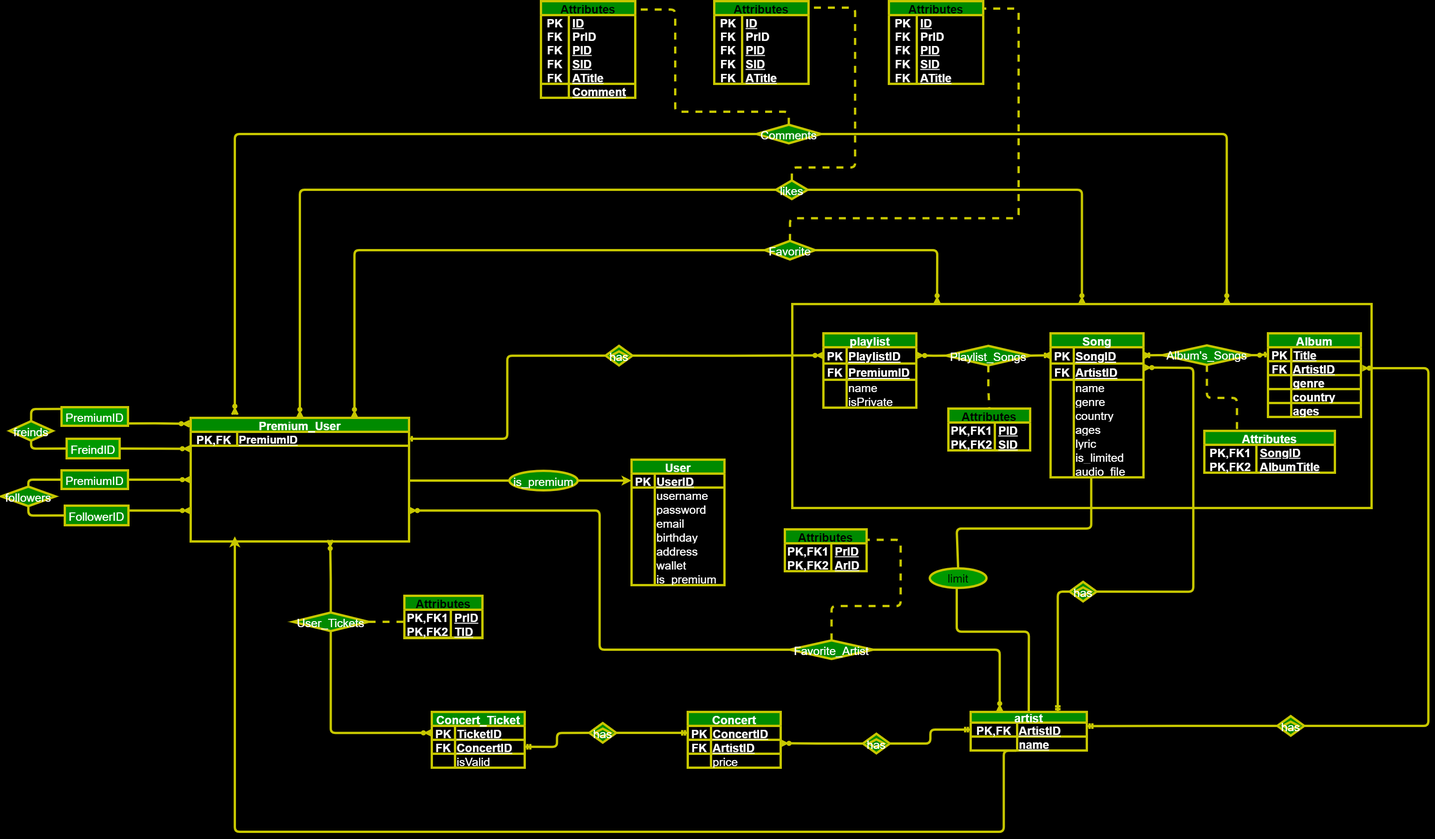
Earlier version of the draw.io export ER/ER-diagram-spotify.png (danialmd81/spotify). Source tidied: cells renumbered, new cells last; positions are measured from the earlier drawing's top-left corner, leaving out a move shared by most shapes.
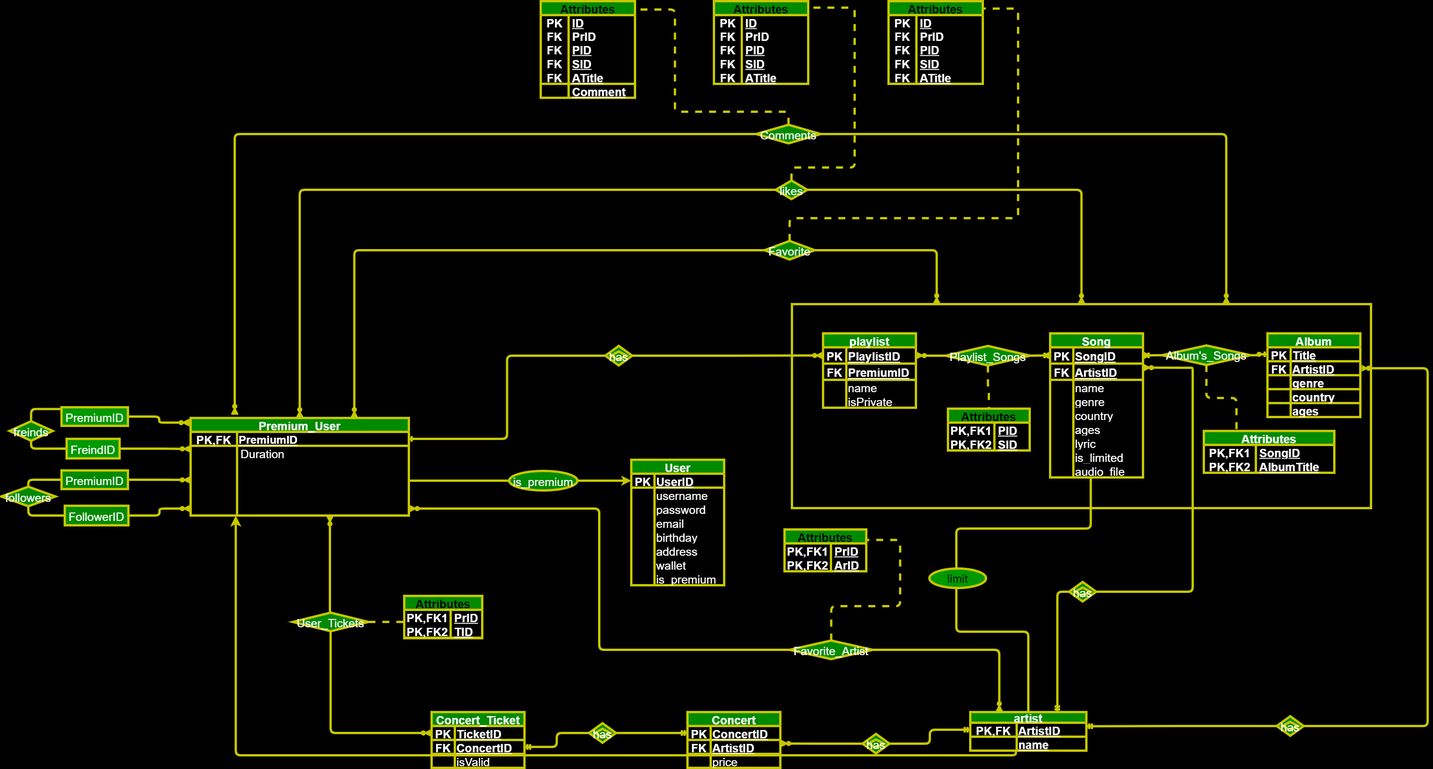
The same diagram one commit later.

Change to the diagram source:
```diff
@@ -83,20 +83,22 @@
     <mxCell id="28" value="freinds" style="rhombus;labelBackgroundColor=none;fillColor=#008a00;strokeColor=#C7C700;fontColor=#ffffff;rounded=0;strokeWidth=5;swimlaneLine=1;fixDash=0;snapToPoint=0;comic=0;enumerate=0;backgroundOutline=0;fontSize=25;labelBorderColor=none;direction=north;perimeterSpacing=0;swimlaneFillColor=#000000;spacingTop=0;spacingLeft=2;spacingRight=2;" parent="1" vertex="1">
       <mxGeometry x="18" y="904" width="93" height="42" as="geometry" />
     </mxCell>
-    <mxCell id="29" style="endArrow=ERzeroToMany;labelBackgroundColor=none;strokeColor=#C7C700;fontColor=#FFFFFF;edgeStyle=orthogonalEdgeStyle;endFill=0;entryX=0;entryY=0.25;entryDx=0;entryDy=0;strokeWidth=5;swimlaneLine=1;fixDash=0;snapToPoint=0;comic=0;enumerate=0;backgroundOutline=0;fontSize=25;labelBorderColor=none;startArrow=none;rounded=1;spacingTop=0;spacingLeft=2;spacingRight=2;exitX=1;exitY=0.5;exitDx=0;exitDy=0;" parent="1" edge="1" source="152" target="155">
+    <mxCell id="29" style="endArrow=ERzeroToMany;labelBackgroundColor=none;strokeColor=#C7C700;fontColor=#FFFFFF;edgeStyle=orthogonalEdgeStyle;endFill=0;entryX=0;entryY=0.221;entryDx=0;entryDy=0;strokeWidth=5;swimlaneLine=1;fixDash=0;snapToPoint=0;comic=0;enumerate=0;backgroundOutline=0;fontSize=25;labelBorderColor=none;startArrow=none;rounded=1;spacingTop=0;spacingLeft=2;spacingRight=2;exitX=1;exitY=0.5;exitDx=0;exitDy=0;entryPerimeter=0;" parent="1" edge="1" source="152" target="259">
       <mxGeometry relative="1" as="geometry" />
     </mxCell>
-    <mxCell id="30" style="endArrow=ERzeroToMany;labelBackgroundColor=none;strokeColor=#C7C700;fontColor=#FFFFFF;edgeStyle=orthogonalEdgeStyle;endFill=0;exitX=0.995;exitY=0.873;exitDx=0;exitDy=0;entryX=-0.005;entryY=0.048;entryDx=0;entryDy=0;strokeWidth=5;swimlaneLine=1;fixDash=0;snapToPoint=0;comic=0;enumerate=0;backgroundOutline=0;fontSize=25;labelBorderColor=none;startArrow=none;rounded=1;spacingTop=0;spacingLeft=2;spacingRight=2;exitPerimeter=0;entryPerimeter=0;" parent="1" edge="1" source="154" target="155">
+    <mxCell id="30" style="endArrow=ERzeroToMany;labelBackgroundColor=none;strokeColor=#C7C700;fontColor=#FFFFFF;endFill=0;exitX=1;exitY=0.5;exitDx=0;exitDy=0;entryX=-0.005;entryY=0.048;entryDx=0;entryDy=0;strokeWidth=5;swimlaneLine=1;fixDash=0;snapToPoint=0;comic=0;enumerate=0;backgroundOutline=0;fontSize=25;labelBorderColor=none;startArrow=none;rounded=1;spacingTop=0;spacingLeft=2;spacingRight=2;entryPerimeter=0;edgeStyle=orthogonalEdgeStyle;" parent="1" edge="1" source="154" target="155">
       <mxGeometry relative="1" as="geometry" />
     </mxCell>
     <mxCell id="31" value="followers" style="rhombus;labelBackgroundColor=none;fillColor=#008a00;strokeColor=#C7C700;fontColor=#ffffff;rounded=0;strokeWidth=5;swimlaneLine=1;fixDash=0;snapToPoint=0;comic=0;enumerate=0;backgroundOutline=0;fontSize=25;labelBorderColor=none;direction=south;perimeterSpacing=0;swimlaneFillColor=#000000;spacingTop=0;spacingLeft=2;spacingRight=2;" parent="1" vertex="1">
       <mxGeometry y="1045" width="117" height="42" as="geometry" />
     </mxCell>
-    <mxCell id="32" style="endArrow=ERzeroToMany;labelBackgroundColor=none;strokeColor=#C7C700;fontColor=#FFFFFF;edgeStyle=orthogonalEdgeStyle;endFill=0;exitX=1;exitY=0.25;exitDx=0;exitDy=0;strokeWidth=5;swimlaneLine=1;fixDash=0;snapToPoint=0;comic=0;enumerate=0;backgroundOutline=0;fontSize=25;labelBorderColor=none;entryX=0;entryY=0.75;entryDx=0;entryDy=0;startArrow=none;rounded=1;spacingTop=0;spacingLeft=2;spacingRight=2;" parent="1" edge="1" source="148" target="155">
+    <mxCell id="32" style="endArrow=ERzeroToMany;labelBackgroundColor=none;strokeColor=#C7C700;fontColor=#FFFFFF;endFill=0;exitX=1;exitY=0.5;exitDx=0;exitDy=0;strokeWidth=5;swimlaneLine=1;fixDash=0;snapToPoint=0;comic=0;enumerate=0;backgroundOutline=0;fontSize=25;labelBorderColor=none;entryX=0;entryY=0.5;entryDx=0;entryDy=0;startArrow=none;rounded=1;spacingTop=0;spacingLeft=2;spacingRight=2;edgeStyle=orthogonalEdgeStyle;" parent="1" edge="1" source="148" target="271">
       <mxGeometry relative="1" as="geometry" />
     </mxCell>
-    <mxCell id="33" style="endArrow=ERzeroToMany;labelBackgroundColor=none;strokeColor=#C7C700;fontColor=#FFFFFF;edgeStyle=orthogonalEdgeStyle;endFill=0;entryX=0;entryY=0.5;entryDx=0;entryDy=0;exitX=1;exitY=0.5;exitDx=0;exitDy=0;strokeWidth=5;swimlaneLine=1;fixDash=0;snapToPoint=0;comic=0;enumerate=0;backgroundOutline=0;fontSize=25;labelBorderColor=none;startArrow=none;rounded=1;spacingTop=0;spacingLeft=2;spacingRight=2;" parent="1" edge="1" source="150" target="155">
-      <mxGeometry relative="1" as="geometry" />
+    <mxCell id="33" style="endArrow=ERzeroToMany;labelBackgroundColor=none;strokeColor=#C7C700;fontColor=#FFFFFF;endFill=0;entryX=0;entryY=0.383;entryDx=0;entryDy=0;exitX=1;exitY=0.5;exitDx=0;exitDy=0;strokeWidth=5;swimlaneLine=1;fixDash=0;snapToPoint=0;comic=0;enumerate=0;backgroundOutline=0;fontSize=25;labelBorderColor=none;startArrow=none;rounded=1;spacingTop=0;spacingLeft=2;spacingRight=2;entryPerimeter=0;edgeStyle=orthogonalEdgeStyle;" parent="1" edge="1" source="150">
+      <mxGeometry relative="1" as="geometry">
+        <mxPoint x="408" y="1030.5" as="targetPoint" />
+      </mxGeometry>
     </mxCell>
     <mxCell id="34" style="edgeStyle=orthogonalEdgeStyle;shape=connector;exitX=0.75;exitY=0;exitDx=0;exitDy=0;labelBackgroundColor=none;strokeColor=#C7C700;fontFamily=Helvetica;fontSize=25;fontColor=#FFFFFF;endArrow=none;endFill=0;fillColor=#A8DADC;entryX=0;entryY=0.5;entryDx=0;entryDy=0;startArrow=ERmandOne;startFill=0;strokeWidth=5;swimlaneLine=1;fixDash=0;snapToPoint=0;comic=0;enumerate=0;backgroundOutline=0;labelBorderColor=none;entryPerimeter=0;rounded=1;spacingTop=0;spacingLeft=2;spacingRight=2;" parent="1" edge="1" source="36" target="136">
       <mxGeometry relative="1" as="geometry" />
@@ -257,13 +259,8 @@
     <mxCell id="82" value="Favorite_Artist" style="rhombus;labelBackgroundColor=none;fillColor=#008a00;strokeColor=#C7C700;fontColor=#ffffff;rounded=0;strokeWidth=5;swimlaneLine=1;fixDash=0;snapToPoint=0;comic=0;enumerate=0;backgroundOutline=0;fontSize=25;labelBorderColor=none;perimeterSpacing=0;swimlaneFillColor=#000000;spacingTop=0;spacingLeft=2;spacingRight=2;" parent="1" vertex="1">
       <mxGeometry x="1698" y="1376" width="179" height="40" as="geometry" />
     </mxCell>
-    <mxCell id="83" style="endArrow=none;strokeColor=#C7C700;fontColor=#FFFFFF;fillColor=#A8DADC;entryX=0;entryY=0.5;entryDx=0;entryDy=0;labelBackgroundColor=none;edgeStyle=orthogonalEdgeStyle;startArrow=ERzeroToMany;startFill=0;exitX=1;exitY=0.75;exitDx=0;exitDy=0;strokeWidth=5;swimlaneLine=1;fixDash=0;snapToPoint=0;comic=0;enumerate=0;backgroundOutline=0;fontSize=25;labelBorderColor=none;rounded=1;spacingTop=0;spacingLeft=2;spacingRight=2;" parent="1" edge="1" source="155" target="82">
-      <mxGeometry relative="1" as="geometry">
-        <Array as="points">
-          <mxPoint x="1288" y="1097" />
-          <mxPoint x="1288" y="1396" />
-        </Array>
-      </mxGeometry>
+    <mxCell id="83" style="endArrow=none;strokeColor=#C7C700;fontColor=#FFFFFF;fillColor=#A8DADC;entryX=0;entryY=0.5;entryDx=0;entryDy=0;labelBackgroundColor=none;edgeStyle=orthogonalEdgeStyle;startArrow=ERzeroToMany;startFill=0;exitX=1;exitY=0.5;exitDx=0;exitDy=0;strokeWidth=5;swimlaneLine=1;fixDash=0;snapToPoint=0;comic=0;enumerate=0;backgroundOutline=0;fontSize=25;labelBorderColor=none;rounded=1;spacingTop=0;spacingLeft=2;spacingRight=2;" parent="1" edge="1" source="271" target="82">
+      <mxGeometry relative="1" as="geometry" />
     </mxCell>
     <mxCell id="84" style="endArrow=ERzeroToMany;strokeColor=#C7C700;fontColor=#FFFFFF;fillColor=#A8DADC;exitX=1;exitY=0.5;exitDx=0;exitDy=0;labelBackgroundColor=none;entryX=0.25;entryY=0;entryDx=0;entryDy=0;edgeStyle=orthogonalEdgeStyle;endFill=0;strokeWidth=5;swimlaneLine=1;fixDash=0;snapToPoint=0;comic=0;enumerate=0;backgroundOutline=0;fontSize=25;labelBorderColor=none;rounded=1;spacingTop=0;spacingLeft=2;spacingRight=2;" parent="1" edge="1" source="82" target="36">
       <mxGeometry relative="1" as="geometry" />
@@ -376,9 +373,11 @@
     <mxCell id="118" style="endArrow=ERmandOne;strokeColor=#C7C700;fontColor=#FFFFFF;fillColor=#A8DADC;exitX=1;exitY=0.5;exitDx=0;exitDy=0;labelBackgroundColor=none;edgeStyle=orthogonalEdgeStyle;startArrow=none;startFill=0;endFill=0;strokeWidth=5;swimlaneLine=1;fixDash=0;snapToPoint=0;comic=0;enumerate=0;backgroundOutline=0;fontSize=25;labelBorderColor=none;entryX=0;entryY=0.5;entryDx=0;entryDy=0;rounded=1;spacingTop=0;spacingLeft=2;spacingRight=2;" parent="1" edge="1" source="134" target="38">
       <mxGeometry relative="1" as="geometry" />
     </mxCell>
-    <mxCell id="119" style="endArrow=ERzeroToMany;strokeColor=#C7C700;fontColor=#FFFFFF;fillColor=#A8DADC;exitX=0.5;exitY=0;exitDx=0;exitDy=0;labelBackgroundColor=none;endFill=0;strokeWidth=5;swimlaneLine=1;fixDash=0;snapToPoint=0;comic=0;enumerate=0;backgroundOutline=0;fontSize=25;labelBorderColor=none;edgeStyle=orthogonalEdgeStyle;rounded=1;spacingTop=0;spacingLeft=2;spacingRight=2;" parent="1" edge="1" source="96">
+    <mxCell id="119" style="endArrow=ERzeroToMany;strokeColor=#C7C700;fontColor=#FFFFFF;fillColor=#A8DADC;exitX=0.5;exitY=0;exitDx=0;exitDy=0;labelBackgroundColor=none;endFill=0;strokeWidth=5;swimlaneLine=1;fixDash=0;snapToPoint=0;comic=0;enumerate=0;backgroundOutline=0;fontSize=25;labelBorderColor=none;edgeStyle=orthogonalEdgeStyle;rounded=1;spacingTop=0;spacingLeft=2;spacingRight=2;" parent="1" edge="1" source="96" target="271">
       <mxGeometry relative="1" as="geometry">
-        <mxPoint x="708" y="1160" as="targetPoint" />
+        <Array as="points">
+          <mxPoint x="708" y="1316" />
+        </Array>
       </mxGeometry>
     </mxCell>
     <mxCell id="120" style="exitX=1;exitY=0.5;exitDx=0;exitDy=0;fillColor=#1ba1e2;strokeColor=#C7C700;fontColor=#FFFFFF;endArrow=classic;endFill=1;edgeStyle=orthogonalEdgeStyle;strokeWidth=5;swimlaneLine=1;fixDash=0;snapToPoint=0;comic=0;enumerate=0;backgroundOutline=0;fontSize=25;labelBackgroundColor=none;labelBorderColor=none;entryX=0;entryY=0.5;entryDx=0;entryDy=0;rounded=1;spacingTop=0;spacingLeft=2;spacingRight=2;" parent="1" edge="1" source="121" target="4">
@@ -431,14 +430,8 @@
     <mxCell id="130" value="Comments" style="rhombus;labelBackgroundColor=none;fillColor=#008a00;strokeColor=#C7C700;fontColor=#ffffff;rounded=0;strokeWidth=5;swimlaneLine=1;fixDash=0;snapToPoint=0;comic=0;enumerate=0;backgroundOutline=0;fontSize=25;labelBorderColor=none;perimeterSpacing=0;swimlaneFillColor=#000000;fontStyle=0;spacingTop=0;spacingLeft=2;spacingRight=2;" parent="1" vertex="1">
       <mxGeometry x="1626" y="266" width="139" height="40" as="geometry" />
     </mxCell>
-    <mxCell id="131" style="endArrow=classic;endSize=8;startSize=8;sourcePerimeterSpacing=0;targetPerimeterSpacing=0;fontColor=#FFFFFF;exitX=0.393;exitY=1.019;exitDx=0;exitDy=0;fillColor=#008a00;strokeColor=#C7C700;exitPerimeter=0;edgeStyle=orthogonalEdgeStyle;strokeWidth=5;swimlaneLine=1;fixDash=0;snapToPoint=0;comic=0;enumerate=0;backgroundOutline=0;fontSize=25;labelBackgroundColor=none;labelBorderColor=none;rounded=1;spacingTop=0;spacingLeft=2;spacingRight=2;" parent="1" edge="1" source="40">
-      <mxGeometry relative="1" as="geometry">
-        <mxPoint x="503" y="1152" as="targetPoint" />
-        <Array as="points">
-          <mxPoint x="2158" y="1788" />
-          <mxPoint x="503" y="1788" />
-        </Array>
-      </mxGeometry>
+    <mxCell id="131" style="endArrow=classic;endSize=8;startSize=8;sourcePerimeterSpacing=0;targetPerimeterSpacing=0;fontColor=#FFFFFF;exitX=0.393;exitY=1.019;exitDx=0;exitDy=0;fillColor=#008a00;strokeColor=#C7C700;exitPerimeter=0;edgeStyle=orthogonalEdgeStyle;strokeWidth=5;swimlaneLine=1;fixDash=0;snapToPoint=0;comic=0;enumerate=0;backgroundOutline=0;fontSize=25;labelBackgroundColor=none;labelBorderColor=none;rounded=1;spacingTop=0;spacingLeft=2;spacingRight=2;entryX=0.207;entryY=1.003;entryDx=0;entryDy=0;entryPerimeter=0;" parent="1" edge="1" source="40" target="271">
+      <mxGeometry relative="1" as="geometry" />
     </mxCell>
     <mxCell id="132" style="edgeStyle=orthogonalEdgeStyle;shape=connector;exitX=1;exitY=0.5;exitDx=0;exitDy=0;entryX=0;entryY=0.5;entryDx=0;entryDy=0;labelBackgroundColor=none;strokeColor=#C7C700;fontFamily=Helvetica;fontSize=25;fontColor=#FFFFFF;endArrow=ERzeroToMany;fillColor=#A8DADC;endFill=0;strokeWidth=5;swimlaneLine=1;fixDash=0;snapToPoint=0;comic=0;enumerate=0;backgroundOutline=0;labelBorderColor=none;rounded=1;spacingTop=0;spacingLeft=2;spacingRight=2;startArrow=none;" parent="1" edge="1" source="175" target="99">
       <mxGeometry relative="1" as="geometry" />
@@ -521,7 +514,7 @@
       <mxGeometry x="130" y="874" width="143" height="40" as="geometry" />
     </mxCell>
     <mxCell id="155" value="Premium_User" style="shape=table;startSize=30;rowLines=0;fontStyle=1;align=center;rounded=0;labelBackgroundColor=none;labelBorderColor=none;comic=0;strokeColor=#C7C700;strokeWidth=5;fontFamily=Helvetica;fontSize=25;fontColor=#ffffff;fillColor=#008a00;spacingTop=0;spacingLeft=2;spacingRight=2;" parent="1" vertex="1">
-      <mxGeometry x="408" y="897" width="470" height="266" as="geometry" />
+      <mxGeometry x="408" y="897" width="470" height="210" as="geometry" />
     </mxCell>
     <mxCell id="156" style="shape=tableRow;horizontal=0;startSize=0;swimlaneHead=0;swimlaneBody=0;fillColor=none;points=[[0,0.5],[1,0.5]];portConstraint=eastwest;top=0;left=0;right=0;bottom=1;rounded=0;labelBackgroundColor=none;labelBorderColor=none;comic=0;strokeColor=#C7C700;strokeWidth=5;fontFamily=Helvetica;fontSize=25;fontColor=#ffffff;spacingTop=0;spacingLeft=2;spacingRight=2;" parent="155" vertex="1">
       <mxGeometry y="30" width="470" height="30" as="geometry" />
@@ -532,6 +525,51 @@
     <mxCell id="158" value="PremiumID" style="shape=partialRectangle;fillColor=none;top=0;left=0;bottom=0;right=0;align=left;spacingLeft=2;fontStyle=5;overflow=hidden;rounded=0;labelBackgroundColor=none;labelBorderColor=none;comic=0;strokeColor=#C7C700;strokeWidth=5;fontFamily=Helvetica;fontSize=24;fontColor=#ffffff;startSize=30;spacingTop=0;spacingRight=2;" parent="156" vertex="1">
       <mxGeometry x="100" width="370" height="30" as="geometry" />
     </mxCell>
+    <mxCell id="259" style="shape=tableRow;horizontal=0;startSize=0;swimlaneHead=0;swimlaneBody=0;fillColor=none;points=[[0,0.5],[1,0.5]];portConstraint=eastwest;top=0;left=0;right=0;bottom=0;rounded=0;labelBackgroundColor=none;labelBorderColor=none;comic=0;strokeColor=#C7C700;strokeWidth=5;fontFamily=Helvetica;fontSize=25;fontColor=#ffffff;" parent="155" vertex="1">
+      <mxGeometry y="60" width="470" height="30" as="geometry" />
+    </mxCell>
+    <mxCell id="260" style="shape=partialRectangle;fillColor=none;top=0;left=0;bottom=0;right=0;overflow=hidden;rounded=0;labelBackgroundColor=none;labelBorderColor=none;comic=0;strokeColor=#C7C700;strokeWidth=5;fontFamily=Helvetica;fontSize=25;fontColor=#ffffff;startSize=30;" parent="259" vertex="1">
+      <mxGeometry width="100" height="30" as="geometry" />
+    </mxCell>
+    <mxCell id="261" value="Duration" style="shape=partialRectangle;fillColor=none;top=0;left=0;bottom=0;right=0;align=left;spacingLeft=6;overflow=hidden;rounded=0;labelBackgroundColor=none;labelBorderColor=none;comic=0;strokeColor=#C7C700;strokeWidth=5;fontFamily=Helvetica;fontSize=25;fontColor=#ffffff;startSize=30;" parent="259" vertex="1">
+      <mxGeometry x="100" width="370" height="30" as="geometry" />
+    </mxCell>
+    <mxCell id="262" style="shape=tableRow;horizontal=0;startSize=0;swimlaneHead=0;swimlaneBody=0;fillColor=none;top=0;left=0;right=0;bottom=0;rounded=0;labelBackgroundColor=none;labelBorderColor=none;comic=0;strokeColor=#C7C700;strokeWidth=5;fontFamily=Helvetica;fontSize=25;fontColor=#ffffff;" parent="155" vertex="1">
+      <mxGeometry y="90" width="470" height="30" as="geometry" />
+    </mxCell>
+    <mxCell id="263" style="shape=partialRectangle;fillColor=none;top=0;left=0;bottom=0;right=0;overflow=hidden;rounded=0;labelBackgroundColor=none;labelBorderColor=none;comic=0;strokeColor=#C7C700;strokeWidth=5;fontFamily=Helvetica;fontSize=25;fontColor=#ffffff;startSize=30;" parent="262" vertex="1">
+      <mxGeometry width="100" height="30" as="geometry" />
+    </mxCell>
+    <mxCell id="264" style="shape=partialRectangle;fillColor=none;top=0;left=0;bottom=0;right=0;align=left;spacingLeft=6;overflow=hidden;rounded=0;labelBackgroundColor=none;labelBorderColor=none;comic=0;strokeColor=#C7C700;strokeWidth=5;fontFamily=Helvetica;fontSize=25;fontColor=#ffffff;startSize=30;" parent="262" vertex="1">
+      <mxGeometry x="100" width="370" height="30" as="geometry" />
+    </mxCell>
+    <mxCell id="265" style="shape=tableRow;horizontal=0;startSize=0;swimlaneHead=0;swimlaneBody=0;fillColor=none;top=0;left=0;right=0;bottom=0;rounded=0;labelBackgroundColor=none;labelBorderColor=none;comic=0;strokeColor=#C7C700;strokeWidth=5;fontFamily=Helvetica;fontSize=25;fontColor=#ffffff;" parent="155" vertex="1">
+      <mxGeometry y="120" width="470" height="30" as="geometry" />
+    </mxCell>
+    <mxCell id="266" style="shape=partialRectangle;fillColor=none;top=0;left=0;bottom=0;right=0;overflow=hidden;rounded=0;labelBackgroundColor=none;labelBorderColor=none;comic=0;strokeColor=#C7C700;strokeWidth=5;fontFamily=Helvetica;fontSize=25;fontColor=#ffffff;startSize=30;" parent="265" vertex="1">
+      <mxGeometry width="100" height="30" as="geometry" />
+    </mxCell>
+    <mxCell id="267" style="shape=partialRectangle;fillColor=none;top=0;left=0;bottom=0;right=0;align=left;spacingLeft=6;overflow=hidden;rounded=0;labelBackgroundColor=none;labelBorderColor=none;comic=0;strokeColor=#C7C700;strokeWidth=5;fontFamily=Helvetica;fontSize=25;fontColor=#ffffff;startSize=30;" parent="265" vertex="1">
+      <mxGeometry x="100" width="370" height="30" as="geometry" />
+    </mxCell>
+    <mxCell id="268" style="shape=tableRow;horizontal=0;startSize=0;swimlaneHead=0;swimlaneBody=0;fillColor=none;top=0;left=0;right=0;bottom=0;rounded=0;labelBackgroundColor=none;labelBorderColor=none;comic=0;strokeColor=#C7C700;strokeWidth=5;fontFamily=Helvetica;fontSize=25;fontColor=#ffffff;" parent="155" vertex="1">
+      <mxGeometry y="150" width="470" height="30" as="geometry" />
+    </mxCell>
+    <mxCell id="269" style="shape=partialRectangle;fillColor=none;top=0;left=0;bottom=0;right=0;overflow=hidden;rounded=0;labelBackgroundColor=none;labelBorderColor=none;comic=0;strokeColor=#C7C700;strokeWidth=5;fontFamily=Helvetica;fontSize=25;fontColor=#ffffff;startSize=30;" parent="268" vertex="1">
+      <mxGeometry width="100" height="30" as="geometry" />
+    </mxCell>
+    <mxCell id="270" style="shape=partialRectangle;fillColor=none;top=0;left=0;bottom=0;right=0;align=left;spacingLeft=6;overflow=hidden;rounded=0;labelBackgroundColor=none;labelBorderColor=none;comic=0;strokeColor=#C7C700;strokeWidth=5;fontFamily=Helvetica;fontSize=25;fontColor=#ffffff;startSize=30;" parent="268" vertex="1">
+      <mxGeometry x="100" width="370" height="30" as="geometry" />
+    </mxCell>
+    <mxCell id="271" style="shape=tableRow;horizontal=0;startSize=0;swimlaneHead=0;swimlaneBody=0;fillColor=none;points=[[0,0.5],[1,0.5]];portConstraint=eastwest;top=0;left=0;right=0;bottom=0;rounded=0;labelBackgroundColor=none;labelBorderColor=none;comic=0;strokeColor=#C7C700;strokeWidth=5;fontFamily=Helvetica;fontSize=25;fontColor=#ffffff;" parent="155" vertex="1">
+      <mxGeometry y="180" width="470" height="30" as="geometry" />
+    </mxCell>
+    <mxCell id="272" style="shape=partialRectangle;fillColor=none;top=0;left=0;bottom=0;right=0;overflow=hidden;rounded=0;labelBackgroundColor=none;labelBorderColor=none;comic=0;strokeColor=#C7C700;strokeWidth=5;fontFamily=Helvetica;fontSize=25;fontColor=#ffffff;startSize=30;" parent="271" vertex="1">
+      <mxGeometry width="100" height="30" as="geometry" />
+    </mxCell>
+    <mxCell id="273" style="shape=partialRectangle;fillColor=none;top=0;left=0;bottom=0;right=0;align=left;spacingLeft=6;overflow=hidden;rounded=0;labelBackgroundColor=none;labelBorderColor=none;comic=0;strokeColor=#C7C700;strokeWidth=5;fontFamily=Helvetica;fontSize=25;fontColor=#ffffff;startSize=30;" parent="271" vertex="1">
+      <mxGeometry x="100" width="370" height="30" as="geometry" />
+    </mxCell>
     <mxCell id="159" value="Album" style="shape=table;startSize=30;rowLines=0;fontStyle=1;align=center;labelBackgroundColor=none;shadow=1;rounded=0;fillColor=#008a00;fontColor=#ffffff;strokeColor=#C7C700;strokeWidth=5;swimlaneLine=1;fixDash=0;comic=0;enumerate=0;backgroundOutline=0;fontSize=25;labelBorderColor=none;perimeterSpacing=0;swimlaneFillColor=#000000;spacingTop=0;spacingLeft=2;spacingRight=2;" parent="1" vertex="1">
       <mxGeometry x="2727" y="715" width="200" height="180" as="geometry" />
     </mxCell>
```
